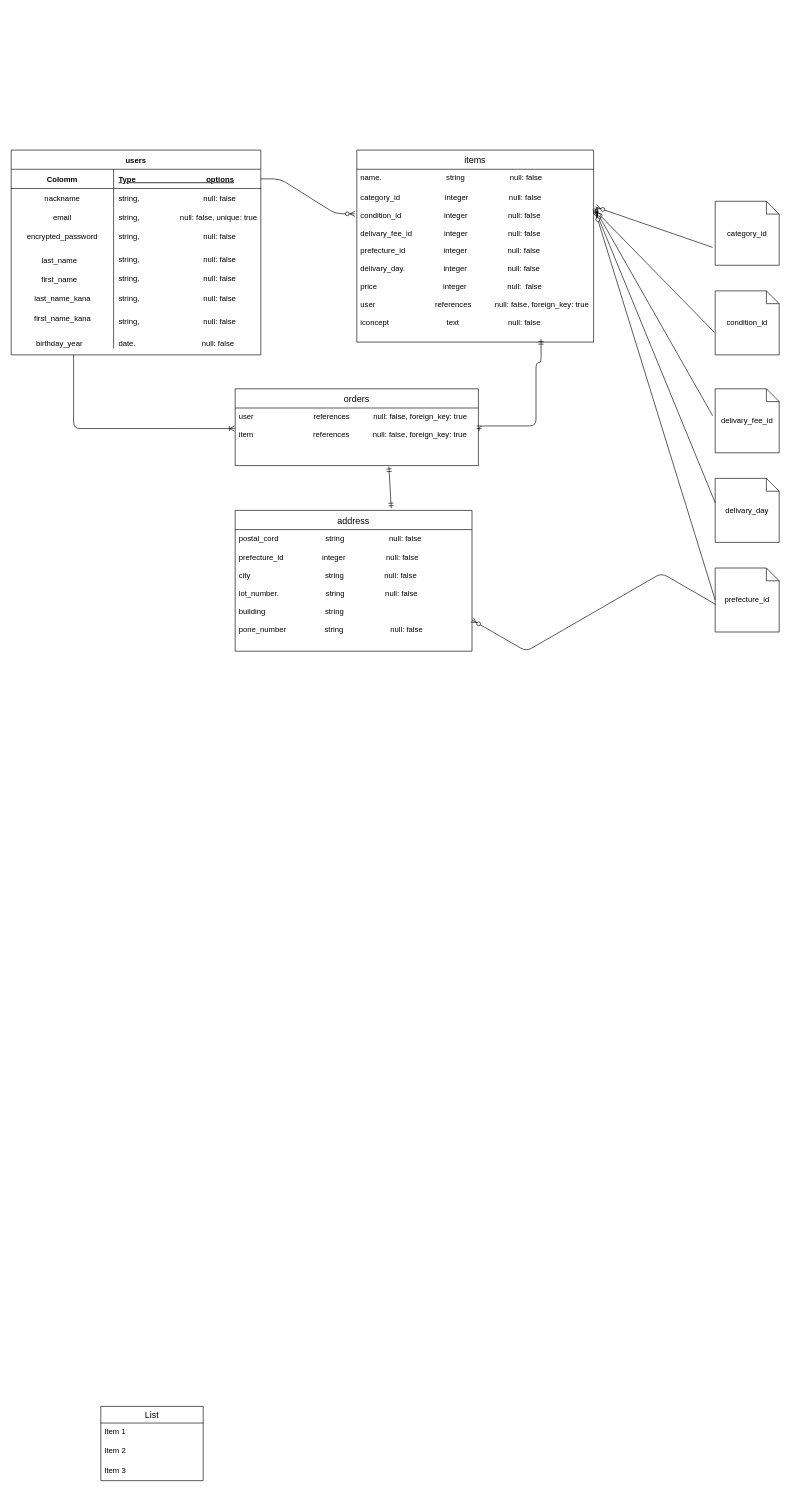
Earlier version of the draw.io diagram furima.dio (YuichiTakaoka/furima-37240). Source tidied: cells renumbered, new cells numbered last; positions are measured from the earlier drawing's top-left corner, leaving out a move shared by most shapes. Both pictures are drawn from the tidied source at 64%, with x=0, y=0 at pixel (11, 150).
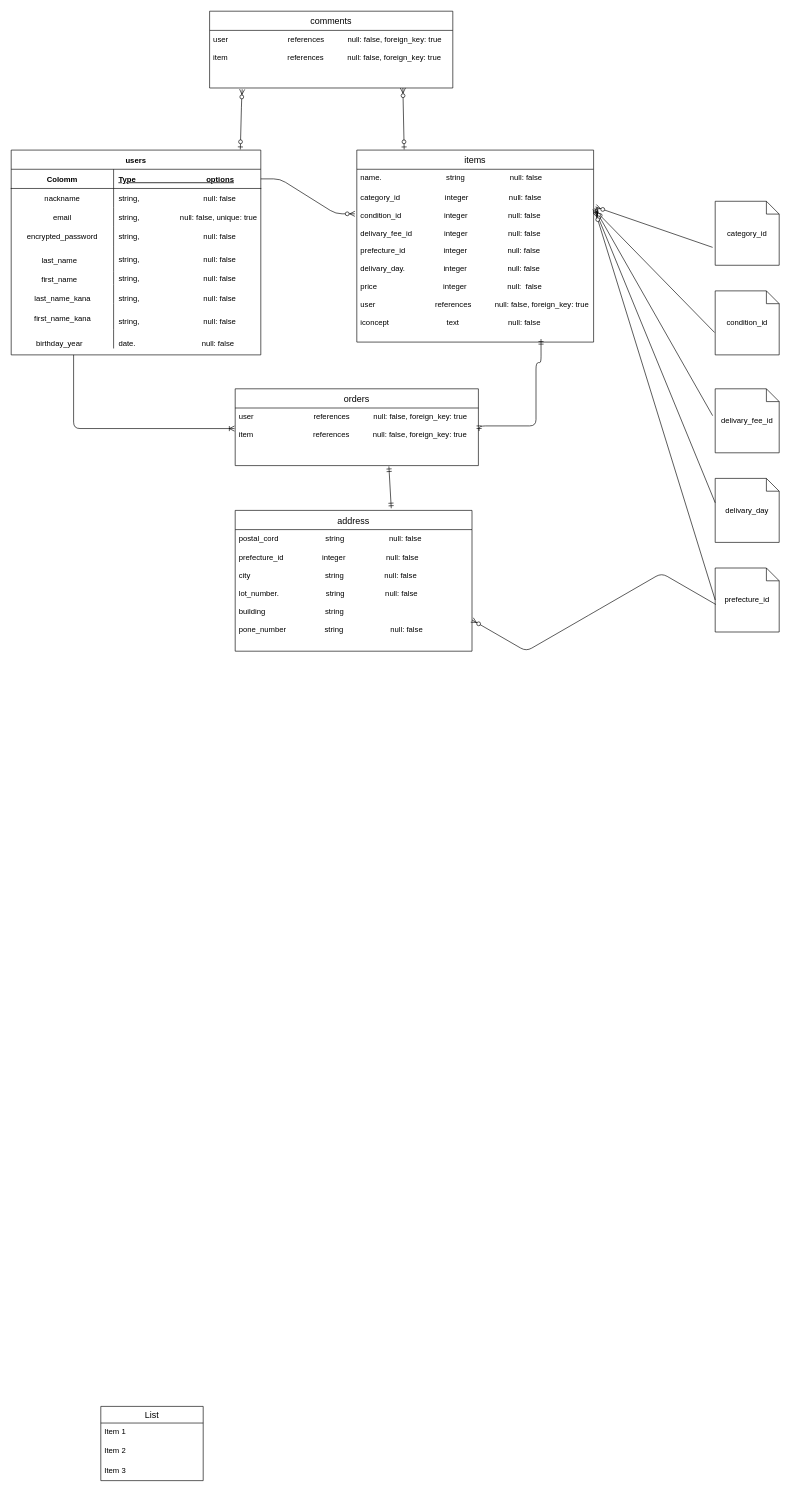
After the change.

The change refers to these unchanged cells:
```xml
<mxCell id="6" value="users" style="shape=table;startSize=30;childLayout=tableLayout;rowLines=0;fontStyle=1;align=center;" parent="1" vertex="1">
  <mxGeometry width="390" height="320" as="geometry" />
</mxCell>
<mxCell id="39" value="items" style="swimlane;fontStyle=0;horizontal=1;startSize=30;align=center;fontSize=14;" parent="1" vertex="1">
  <mxGeometry x="540" width="370" height="300" as="geometry" />
</mxCell>
```

The edit, as a diff of the source:
```diff
@@
+    <mxCell id="62" value="comments" style="swimlane;fontStyle=0;horizontal=1;startSize=30;align=center;fontSize=14;" parent="1" vertex="1">
+      <mxGeometry x="310" y="-217" width="380" height="120" as="geometry" />
+    </mxCell>
+    <mxCell id="63" value="user                            references           null: false, foreign_key: true&#10;&#10;item                            references           null: false, foreign_key: true&#10;&#10;" style="text;strokeColor=none;fillColor=none;spacingLeft=4;spacingRight=4;overflow=hidden;points=[[0,0.5],[1,0.5]];portConstraint=eastwest;fontSize=12;" parent="62" vertex="1">
+      <mxGeometry y="30" width="380" height="90" as="geometry" />
+    </mxCell>
+    <mxCell id="64" style="fontSize=12;html=1;endArrow=ERzeroToMany;startArrow=ERzeroToOne;exitX=0.918;exitY=-0.003;exitDx=0;exitDy=0;exitPerimeter=0;entryX=0.134;entryY=1.022;entryDx=0;entryDy=0;entryPerimeter=0;" parent="1" edge="1" source="6" target="63">
+      <mxGeometry relative="1" as="geometry">
+        <Array as="points">
+          <mxPoint x="360" y="-77" />
+        </Array>
+      </mxGeometry>
+    </mxCell>
+    <mxCell id="65" style="fontSize=12;html=1;endArrow=ERzeroToMany;startArrow=ERzeroToOne;exitX=0.2;exitY=-0.003;exitDx=0;exitDy=0;exitPerimeter=0;" parent="1" edge="1" source="39">
+      <mxGeometry relative="1" as="geometry">
+        <mxPoint x="612" y="-97" as="targetPoint" />
+      </mxGeometry>
+    </mxCell>
```
